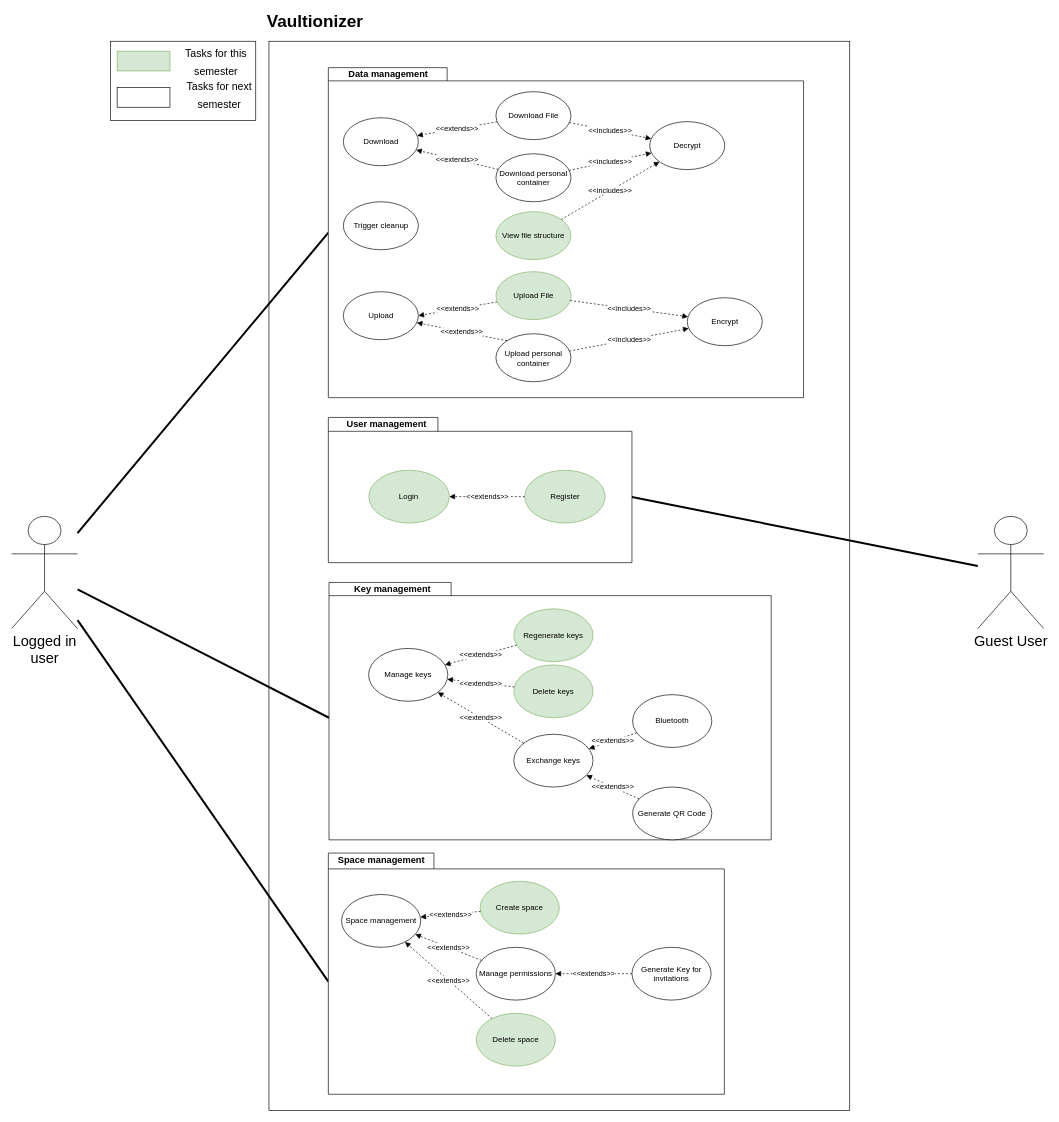
Vaultionizer/vault-docs keeps this draw.io diagram as img/use_cases/overall_use_case.drawio. Above is the earlier version. Source tidied: cells renumbered, new cells numbered last; positions are measured from the earlier drawing's top-left corner, leaving out a move shared by most shapes. Both pictures are drawn from the tidied source at 66%, with x=0, y=0 at pixel (11, 15).
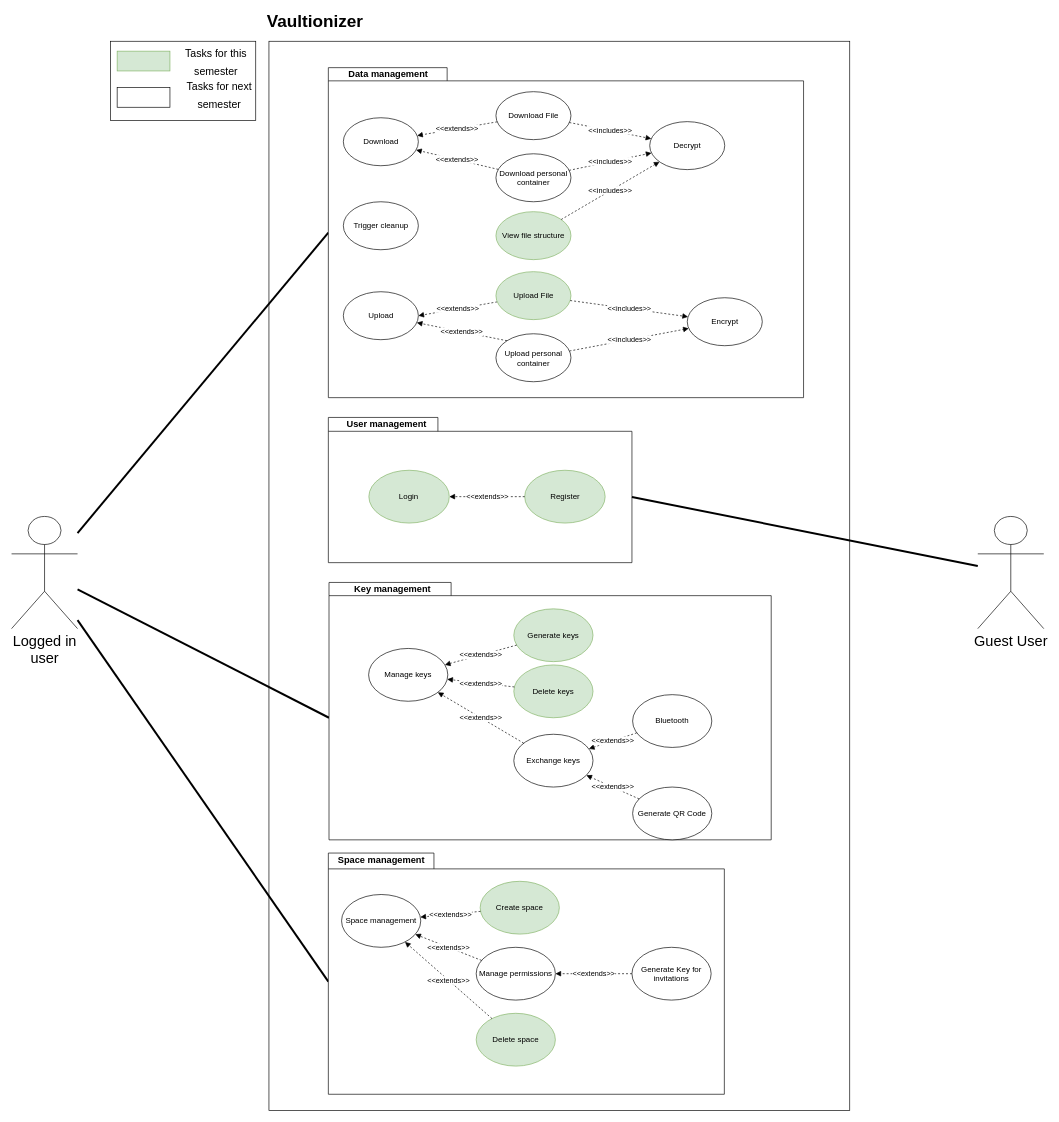
After the change.

Commit message (it also covers changes not shown here):
Changed use case diagram.

The change refers to these unchanged cells:
```xml
<mxCell id="22" style="group;" parent="1" vertex="1">
  <mxGeometry x="481" y="860" width="670" height="390" as="geometry" />
</mxCell>
```

The edit, as a diff of the source:
```diff
@@
-    <mxCell id="25" value="Regenerate keys" style="ellipse;whiteSpace=wrap;html=1;fillColor=#d5e8d4;strokeColor=#82b366;" parent="22" vertex="1">
+    <mxCell id="25" value="Generate keys" style="ellipse;whiteSpace=wrap;html=1;fillColor=#d5e8d4;strokeColor=#82b366;" parent="22" vertex="1">
       <mxGeometry x="280" y="40" width="120" height="80" as="geometry" />
     </mxCell>
```
